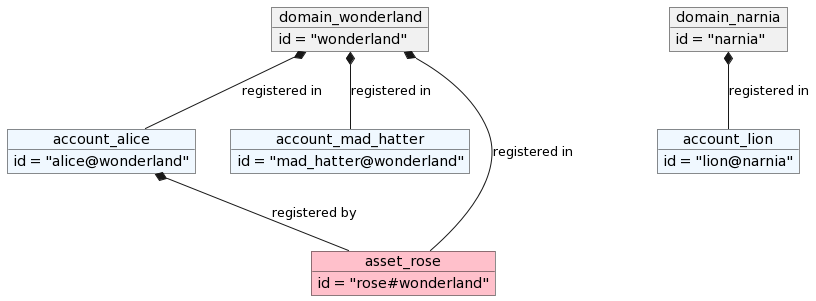
hyperledger/iroha-2-docs keeps this PlantUML diagram as src/img/domains-example.png. Above is the earlier version.
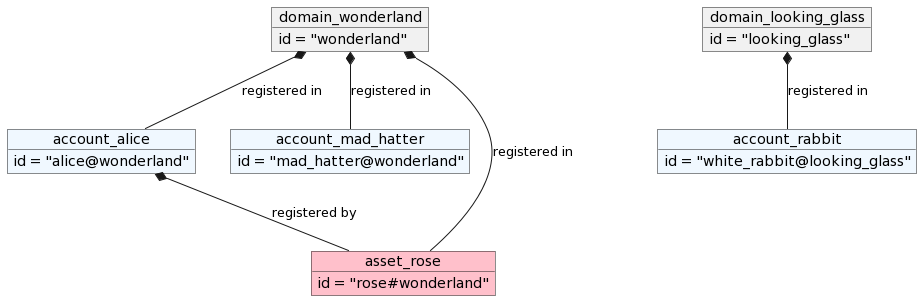
After the change.

The edit, as a diff of the source:
```diff
@@ -18,13 +18,13 @@
 account_alice *-- asset_rose : registered by
 domain_wonderland *-- account_mad_hatter : registered in
 
-object domain_narnia {
-  id = "narnia"
+object domain_looking_glass {
+  id = "looking_glass"
 }
 
-object account_lion #aliceblue {
-  id = "lion@narnia"
+object account_rabbit #aliceblue {
+  id = "white_rabbit@looking_glass"
 }
 
-domain_narnia *-- account_lion : registered in
+domain_looking_glass *-- account_rabbit : registered in
 @enduml
```
